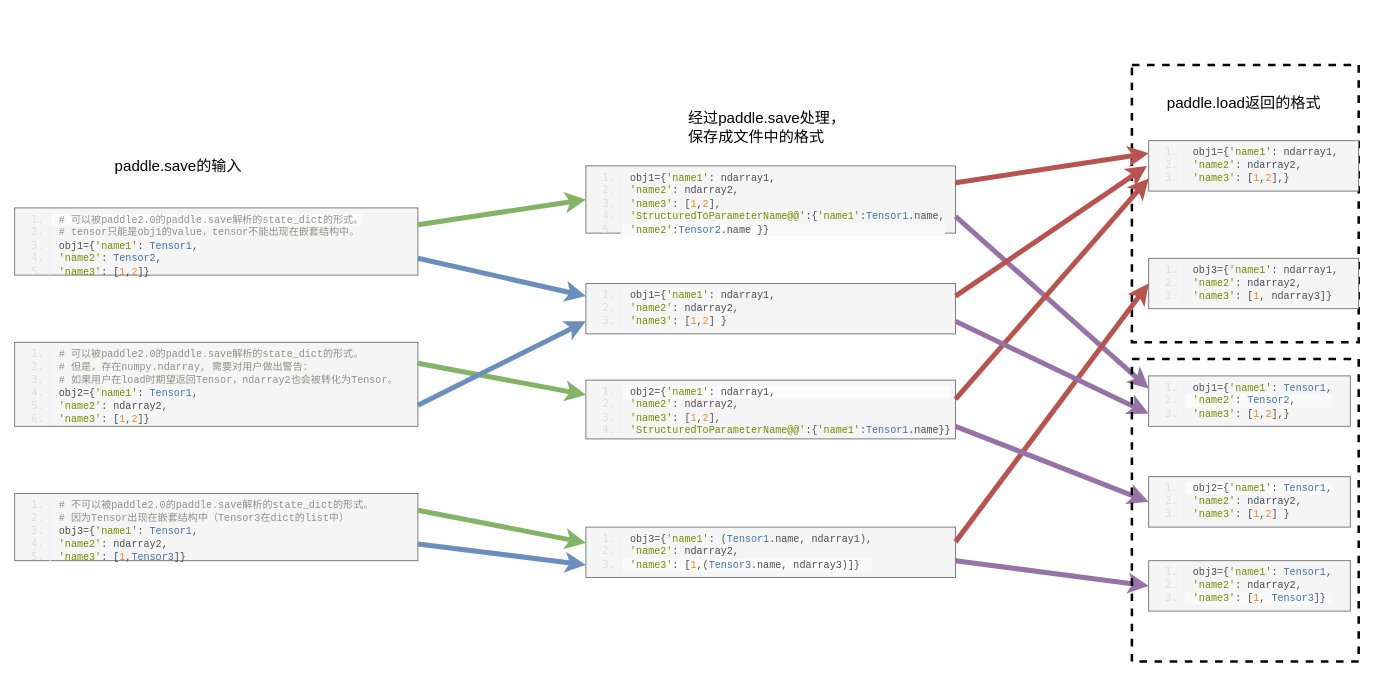
Above: save/example_save_load.drawio in hbwx24/draw.io (draw.io), before the change. Source tidied: cells renumbered, new cells numbered last; positions are measured from the earlier drawing's top-left corner, leaving out a move shared by most shapes. Both pictures are drawn from the tidied source at 84%, with x=0, y=0 at pixel (14, 65).
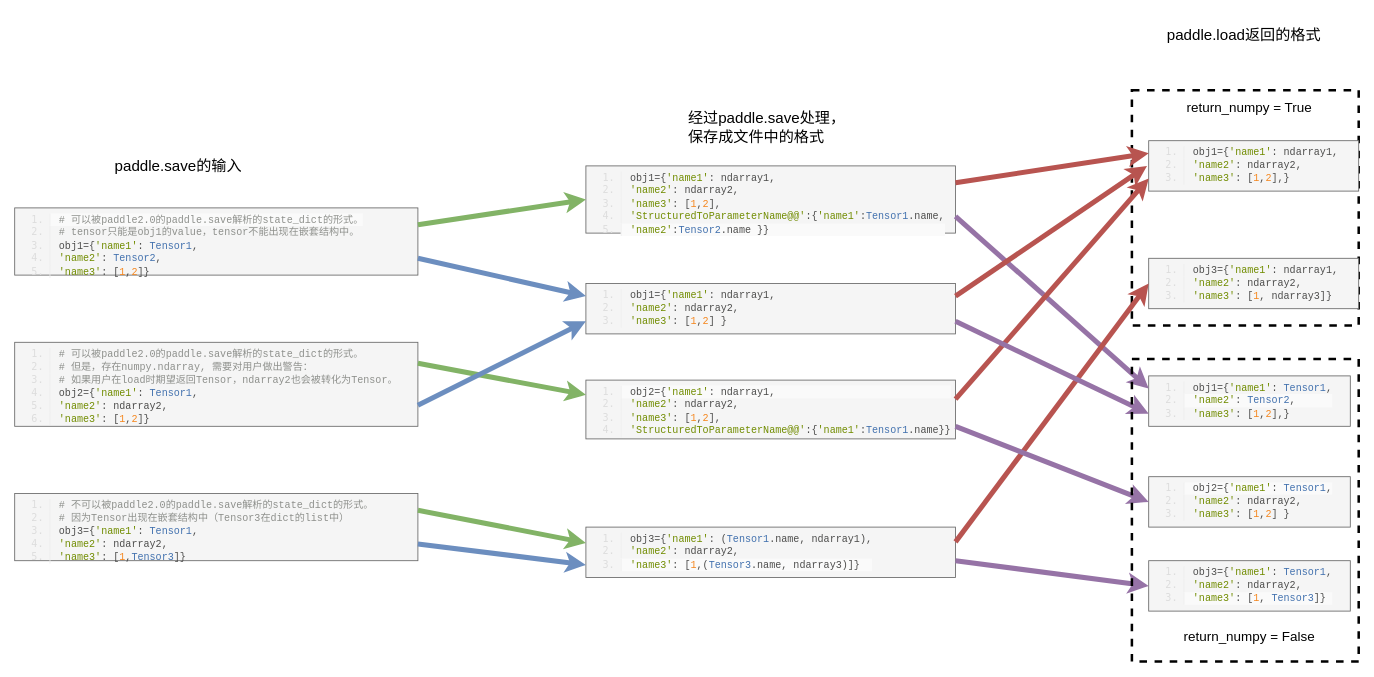
The same diagram, later.

Change to the diagram source:
```diff
@@
     <mxCell id="2" style="rounded=0;whiteSpace=wrap;html=1;strokeWidth=3;fillColor=none;dashed=1;" parent="1" vertex="1">
-      <mxGeometry x="1330" width="270" height="330" as="geometry" />
+      <mxGeometry x="1330" y="30" width="270" height="280" as="geometry" />
     </mxCell>
@@
     <mxCell id="18" value="&lt;font style=&quot;font-size: 18px&quot;&gt;paddle.load返回的格式&lt;/font&gt;" style="text;html=1;strokeColor=none;fillColor=none;align=left;verticalAlign=middle;whiteSpace=wrap;rounded=0;" parent="1" vertex="1">
-      <mxGeometry x="1370" y="20" width="200" height="50" as="geometry" />
+      <mxGeometry x="1370" y="-60" width="200" height="50" as="geometry" />
     </mxCell>
@@
+    <mxCell id="34" value="&lt;font style=&quot;font-size: 16px&quot;&gt;return_numpy = True&lt;/font&gt;" style="text;html=1;strokeColor=none;fillColor=none;align=center;verticalAlign=middle;whiteSpace=wrap;rounded=0;dashed=1;strokeWidth=2;" parent="1" vertex="1">
+      <mxGeometry x="1385" y="40" width="170" height="20" as="geometry" />
+    </mxCell>
+    <mxCell id="35" value="&lt;font style=&quot;font-size: 16px&quot;&gt;return_numpy = False&lt;/font&gt;" style="text;html=1;strokeColor=none;fillColor=none;align=center;verticalAlign=middle;whiteSpace=wrap;rounded=0;dashed=1;strokeWidth=2;" parent="1" vertex="1">
+      <mxGeometry x="1385" y="670" width="170" height="20" as="geometry" />
+    </mxCell>
```
